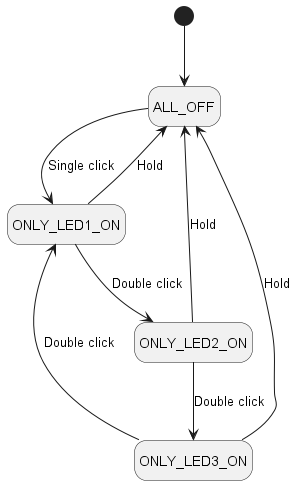
Above: docs/docs/fsm_system/fsm_system.png in minh2002sn/led_control (PlantUML), before the change.
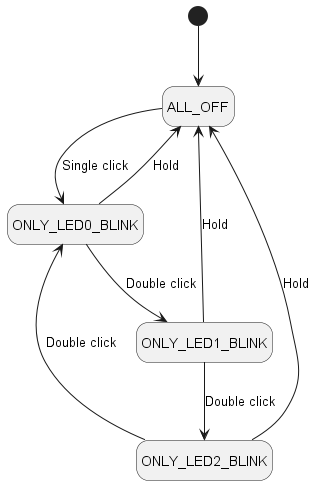
The same file after the commit.

Commit message:
docs(fsm_system): Update new state name in state machine diagram

Change to the diagram source:
```diff
@@ -2,12 +2,12 @@
 hide empty description
 
 [*] --> ALL_OFF
-ALL_OFF --> ONLY_LED1_ON: Single click
-ONLY_LED1_ON --> ONLY_LED2_ON: Double click
-ONLY_LED2_ON --> ONLY_LED3_ON: Double click
-ONLY_LED3_ON --> ONLY_LED1_ON: Double click
-ONLY_LED1_ON --> ALL_OFF: Hold
-ONLY_LED2_ON --> ALL_OFF: Hold
-ONLY_LED3_ON --> ALL_OFF: Hold
+ALL_OFF --> ONLY_LED0_BLINK: Single click
+ONLY_LED0_BLINK --> ONLY_LED1_BLINK: Double click
+ONLY_LED1_BLINK --> ONLY_LED2_BLINK: Double click
+ONLY_LED2_BLINK --> ONLY_LED0_BLINK: Double click
+ONLY_LED0_BLINK --> ALL_OFF: Hold
+ONLY_LED1_BLINK --> ALL_OFF: Hold
+ONLY_LED2_BLINK --> ALL_OFF: Hold
 
 @enduml
```
